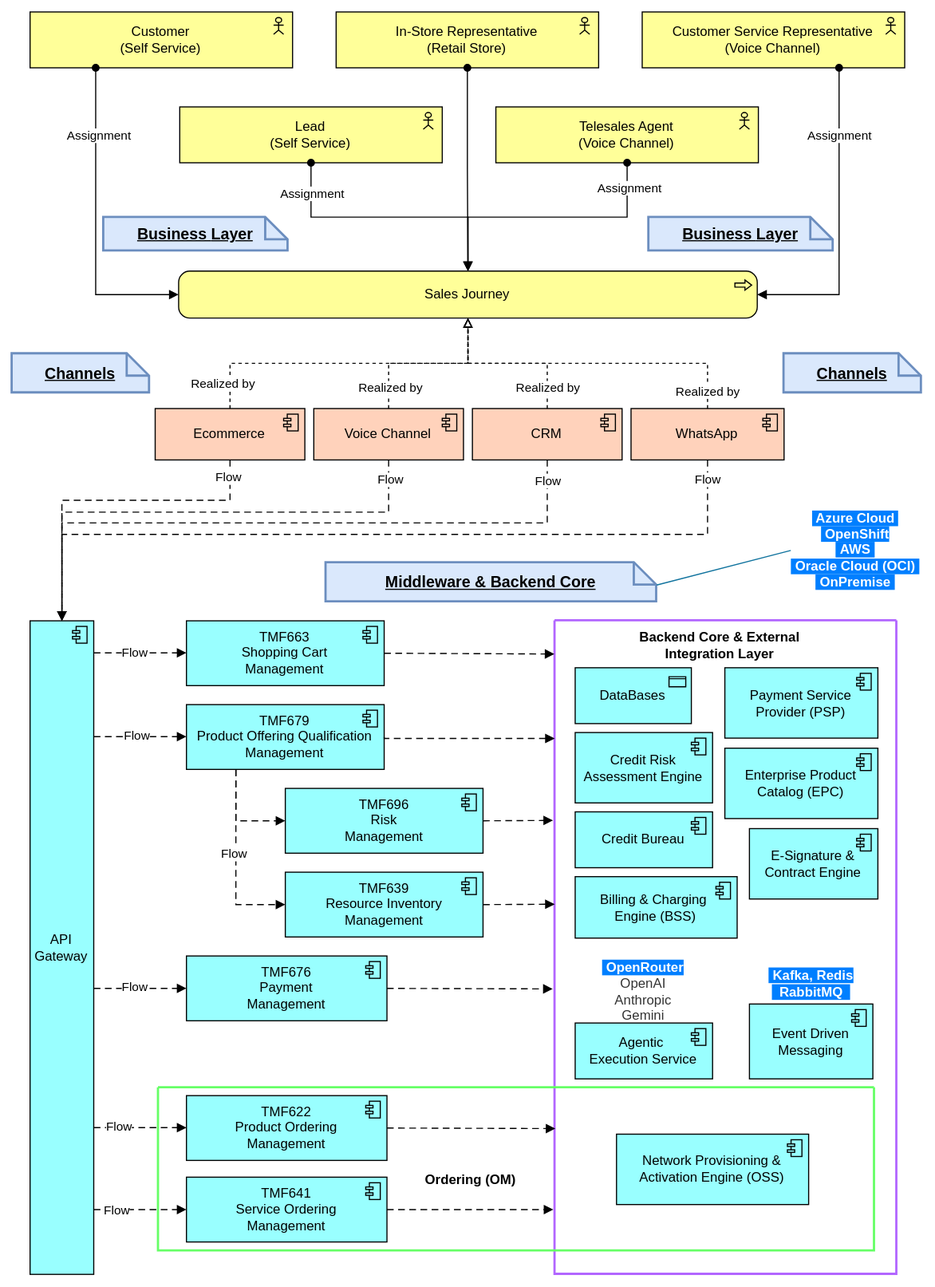
Above: images/telco-sales-journey.svg in alex-daniel-m/alex-daniel-m (draw.io), before the change. Source tidied: cells renumbered, new cells last; positions are measured from the earlier drawing's top-left corner, leaving out a move shared by most shapes.
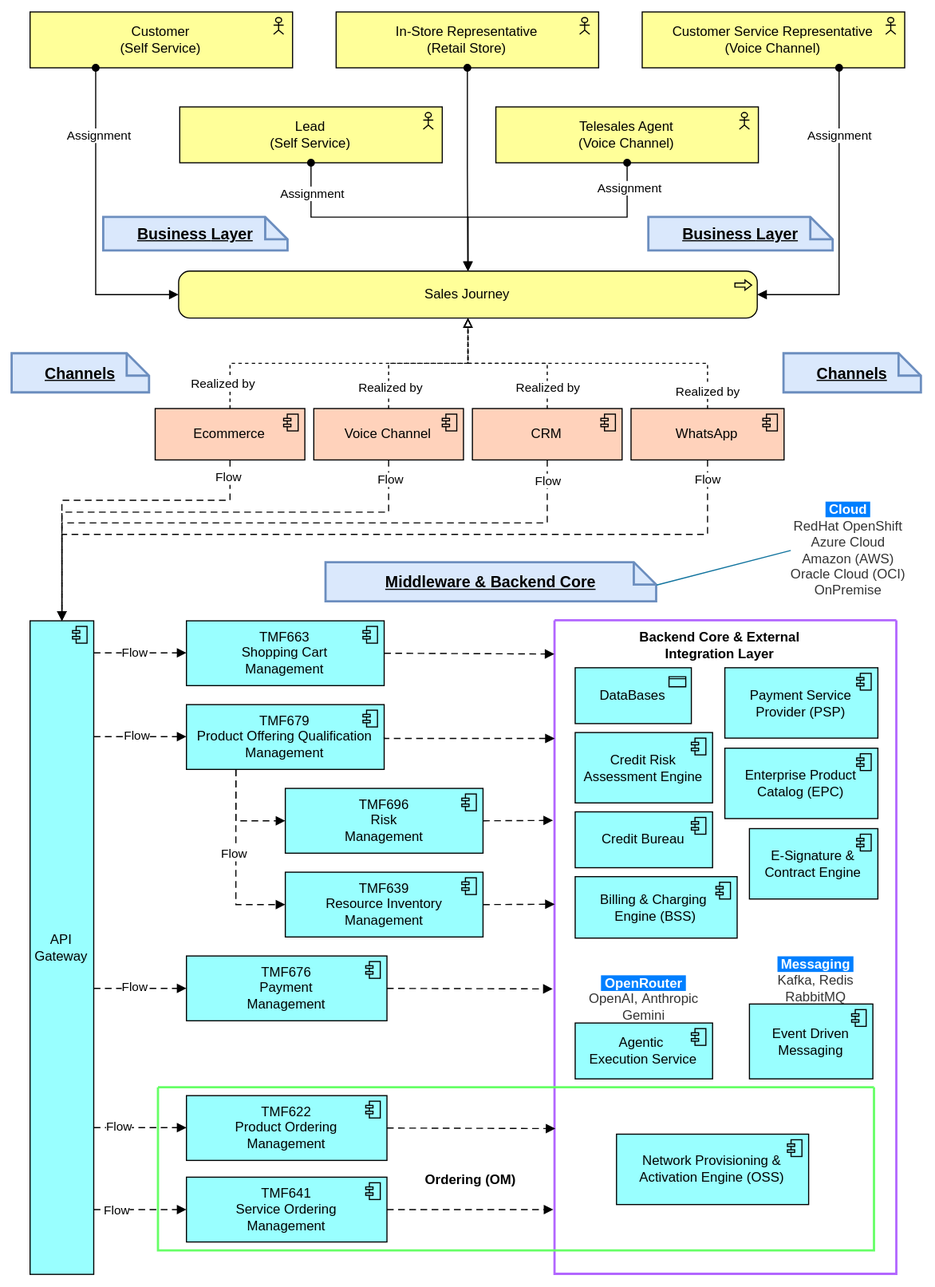
The same diagram one commit later.

What changed in the source:
```diff
@@ -266,18 +266,18 @@
     <mxCell id="67" value="Agentic&amp;nbsp;&lt;div&gt;Execution Service&lt;/div&gt;" style="html=1;whiteSpace=wrap;fillColor=#99ffff;shape=mxgraph.archimate3.application;appType=comp;archiType=square;" parent="58" vertex="1">
       <mxGeometry x="18" y="360" width="123" height="50" as="geometry" />
     </mxCell>
-    <mxCell id="68" value="&lt;b style=&quot;color: light-dark(rgb(255, 255, 255), rgb(255, 255, 255)); background-color: rgb(0, 127, 255);&quot;&gt;&amp;nbsp;Kafka,&amp;nbsp;Redis&lt;/b&gt;&lt;div&gt;&lt;b style=&quot;color: light-dark(rgb(255, 255, 255), rgb(255, 255, 255)); background-color: rgb(0, 127, 255);&quot;&gt;&amp;nbsp; RabbitMQ&amp;nbsp;&amp;nbsp;&lt;/b&gt;&lt;/div&gt;" style="text;html=1;whiteSpace=wrap;strokeColor=none;fillColor=none;align=center;verticalAlign=middle;rounded=0;" parent="58" vertex="1">
-      <mxGeometry x="197.4" y="314" width="63.8" height="22" as="geometry" />
-    </mxCell>
     <mxCell id="69" value="&lt;span style=&quot;color: light-dark(rgb(0, 0, 0), rgb(255, 255, 255));&quot;&gt;&lt;b style=&quot;&quot;&gt;Backend Core &amp;amp; External Integration Layer&lt;/b&gt;&lt;/span&gt;" style="text;html=1;whiteSpace=wrap;strokeColor=none;fillColor=none;align=center;verticalAlign=middle;rounded=0;" parent="58" vertex="1">
       <mxGeometry x="72" y="7" width="152" height="30" as="geometry" />
     </mxCell>
-    <mxCell id="70" value="&lt;b style=&quot;color: light-dark(rgb(255, 255, 255), rgb(255, 255, 255)); background-color: rgb(0, 127, 255);&quot;&gt;&amp;nbsp;OpenRouter&lt;/b&gt;&lt;div&gt;&lt;font style=&quot;color: light-dark(rgb(51, 51, 51), rgb(18, 18, 18));&quot;&gt;OpenAI&lt;br&gt;&lt;/font&gt;&lt;div&gt;&lt;span style=&quot;color: light-dark(rgb(51, 51, 51), rgb(18, 18, 18));&quot;&gt;Anthropic&lt;/span&gt;&lt;/div&gt;&lt;/div&gt;&lt;div&gt;&lt;span style=&quot;color: light-dark(rgb(51, 51, 51), rgb(18, 18, 18));&quot;&gt;Gemini&lt;/span&gt;&lt;/div&gt;" style="text;html=1;whiteSpace=wrap;strokeColor=none;fillColor=none;align=center;verticalAlign=middle;rounded=0;" parent="58" vertex="1">
-      <mxGeometry x="51" y="321" width="57" height="22" as="geometry" />
+    <mxCell id="70" value="&lt;b style=&quot;color: light-dark(rgb(255, 255, 255), rgb(255, 255, 255)); background-color: rgb(0, 127, 255);&quot;&gt;&amp;nbsp;OpenRouter&amp;nbsp;&lt;/b&gt;&lt;div&gt;&lt;font style=&quot;color: light-dark(rgb(51, 51, 51), rgb(18, 18, 18));&quot;&gt;OpenAI,&amp;nbsp;&lt;/font&gt;&lt;span style=&quot;color: light-dark(rgb(51, 51, 51), rgb(18, 18, 18)); background-color: transparent;&quot;&gt;Anthropic&lt;/span&gt;&lt;/div&gt;&lt;div&gt;&lt;span style=&quot;color: light-dark(rgb(51, 51, 51), rgb(18, 18, 18));&quot;&gt;Gemini&lt;/span&gt;&lt;/div&gt;" style="text;html=1;whiteSpace=wrap;strokeColor=none;fillColor=none;align=center;verticalAlign=middle;rounded=0;" parent="58" vertex="1">
+      <mxGeometry x="41.5" y="328" width="76" height="22" as="geometry" />
     </mxCell>
     <mxCell id="71" style="edgeStyle=orthogonalEdgeStyle;rounded=0;orthogonalLoop=1;jettySize=auto;html=1;innerLoopWaypoints=1;exitX=0.5;exitY=1;exitDx=0;exitDy=0;" parent="58" edge="1" source="70" target="70">
       <mxGeometry relative="1" as="geometry" />
     </mxCell>
+    <mxCell id="89" value="&lt;b style=&quot;color: light-dark(rgb(255, 255, 255), rgb(255, 255, 255)); background-color: rgb(0, 127, 255);&quot;&gt;&amp;nbsp;Messaging&amp;nbsp;&lt;/b&gt;&lt;div&gt;&lt;font style=&quot;color: light-dark(rgb(51, 51, 51), rgb(18, 18, 18));&quot;&gt;Kafka, Redis&lt;/font&gt;&lt;/div&gt;&lt;div&gt;&lt;font color=&quot;#333333&quot;&gt;RabbitMQ&lt;/font&gt;&lt;/div&gt;" style="text;html=1;whiteSpace=wrap;strokeColor=none;fillColor=none;align=center;verticalAlign=middle;rounded=0;" parent="58" vertex="1">
+      <mxGeometry x="196" y="311" width="76" height="22" as="geometry" />
+    </mxCell>
     <mxCell id="72" style="swimlane;startSize=0;strokeColor=#66FF66;strokeWidth=2;" parent="1" vertex="1">
       <mxGeometry x="131" y="963" width="641" height="146" as="geometry" />
     </mxCell>
@@ -328,11 +328,13 @@
     <mxCell id="86" style="edgeStyle=elbowEdgeStyle;html=1;endArrow=block;dashed=1;elbow=vertical;endFill=1;dashPattern=6 4;rounded=0;exitX=1;exitY=0.5;exitDx=0;exitDy=0;exitPerimeter=0;entryX=-0.005;entryY=0.902;entryDx=0;entryDy=0;entryPerimeter=0;" parent="1" edge="1" source="53" target="58">
       <mxGeometry relative="1" as="geometry" />
     </mxCell>
-    <mxCell id="87" value="&lt;span style=&quot;color: light-dark(rgb(255, 255, 255), rgb(255, 255, 255)); background-color: rgb(0, 127, 255);&quot;&gt;&amp;nbsp;Azure Cloud&amp;nbsp;&lt;/span&gt;&lt;div&gt;&lt;span style=&quot;color: light-dark(rgb(255, 255, 255), rgb(255, 255, 255)); background-color: rgb(0, 127, 255);&quot;&gt;&amp;nbsp;OpenShift&lt;/span&gt;&lt;/div&gt;&lt;div&gt;&lt;span style=&quot;color: light-dark(rgb(255, 255, 255), rgb(255, 255, 255)); background-color: rgb(0, 127, 255);&quot;&gt;&amp;nbsp;AWS&amp;nbsp;&lt;/span&gt;&lt;/div&gt;&lt;div&gt;&lt;span style=&quot;color: light-dark(rgb(255, 255, 255), rgb(255, 255, 255)); background-color: rgb(0, 127, 255);&quot;&gt;&amp;nbsp;Oracle Cloud (OCI)&amp;nbsp;&lt;/span&gt;&lt;/div&gt;&lt;div&gt;&lt;span style=&quot;color: light-dark(rgb(255, 255, 255), rgb(255, 255, 255)); background-color: rgb(0, 127, 255);&quot;&gt;&amp;nbsp;OnPremise&amp;nbsp;&lt;/span&gt;&lt;/div&gt;" style="text;html=1;whiteSpace=wrap;strokeColor=none;fillColor=none;align=center;verticalAlign=middle;rounded=0;fontStyle=1;" parent="1" vertex="1">
-      <mxGeometry x="697" y="467" width="117" height="30" as="geometry" />
-    </mxCell>
-    <mxCell id="88" style="endArrow=none;html=1;rounded=0;entryX=0;entryY=0.5;entryDx=0;entryDy=0;exitX=0;exitY=0;exitDx=296;exitDy=20;exitPerimeter=0;fillColor=#b1ddf0;strokeColor=#10739e;" parent="1" edge="1" source="76" target="87">
-      <mxGeometry relative="1" as="geometry" />
+    <mxCell id="88" style="endArrow=none;html=1;rounded=0;entryX=0;entryY=0.5;entryDx=0;entryDy=0;exitX=0;exitY=0;exitDx=296;exitDy=20;exitPerimeter=0;fillColor=#b1ddf0;strokeColor=#10739e;" parent="1" edge="1" source="76">
+      <mxGeometry relative="1" as="geometry">
+        <mxPoint x="697" y="482" as="targetPoint" />
+      </mxGeometry>
     </mxCell>
+    <mxCell id="90" value="&lt;b style=&quot;color: light-dark(rgb(255, 255, 255), rgb(255, 255, 255)); background-color: rgb(0, 127, 255);&quot;&gt;&amp;nbsp;Cloud&amp;nbsp;&lt;/b&gt;&lt;div&gt;&lt;span style=&quot;color: light-dark(rgb(51, 51, 51), rgb(193, 193, 193)); background-color: transparent;&quot;&gt;RedHat OpenShift&lt;/span&gt;&lt;div&gt;&lt;font color=&quot;#333333&quot;&gt;Azure Cloud&lt;/font&gt;&lt;/div&gt;&lt;div&gt;&lt;font color=&quot;#333333&quot;&gt;Amazon (AWS)&lt;/font&gt;&lt;/div&gt;&lt;div&gt;&lt;font color=&quot;#333333&quot;&gt;Oracle Cloud (OCI)&lt;/font&gt;&lt;/div&gt;&lt;div&gt;&lt;font color=&quot;#333333&quot;&gt;OnPremise&lt;/font&gt;&lt;/div&gt;&lt;/div&gt;" style="text;html=1;whiteSpace=wrap;strokeColor=none;fillColor=none;align=center;verticalAlign=middle;rounded=0;" parent="1" vertex="1">
+      <mxGeometry x="684" y="471" width="130" height="22" as="geometry" />
+    </mxCell>
   </root>
 </mxGraphModel>
```
